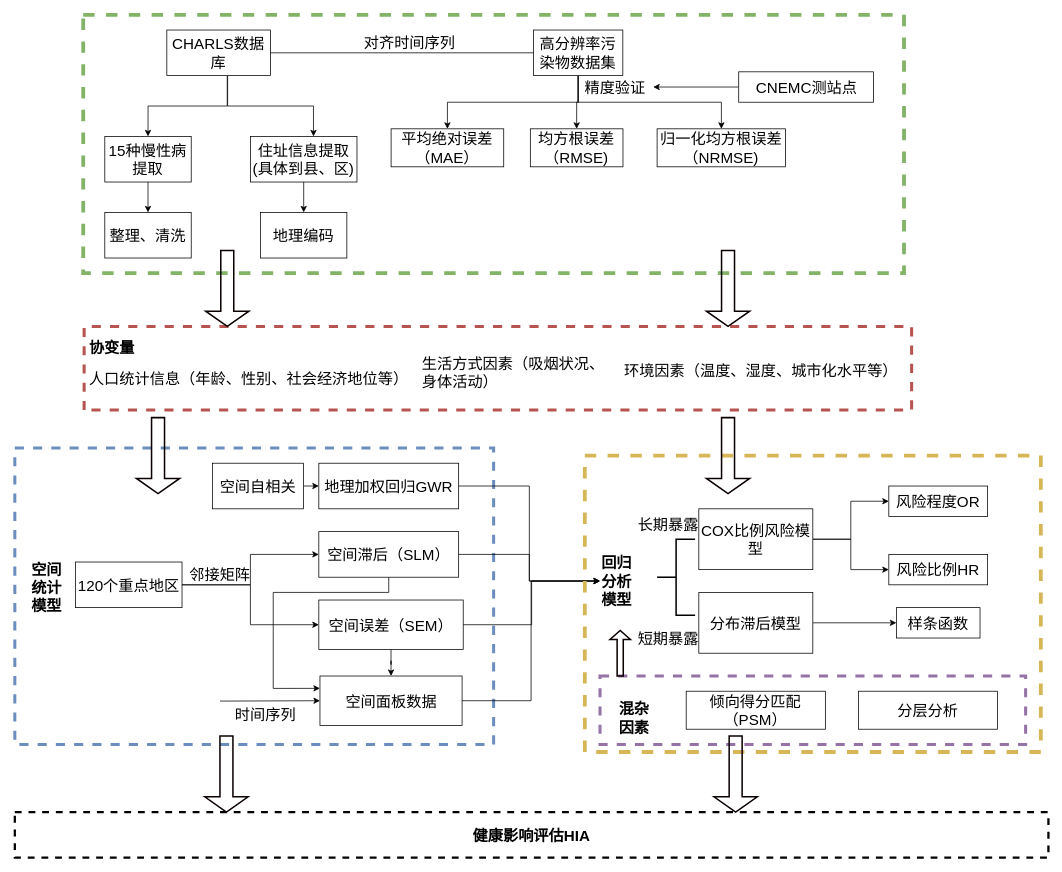
1059363121/iodraw-files keeps this draw.io diagram as page "第 1 页" (1 of 2) of all/技术路线.drawio. Above is the earlier version. Source tidied: cells renumbered, new cells numbered last; positions are measured from the earlier drawing's top-left corner, leaving out a move shared by most shapes. Both pictures are drawn from the tidied source at 76%, with x=0, y=0 at pixel (14, -46).
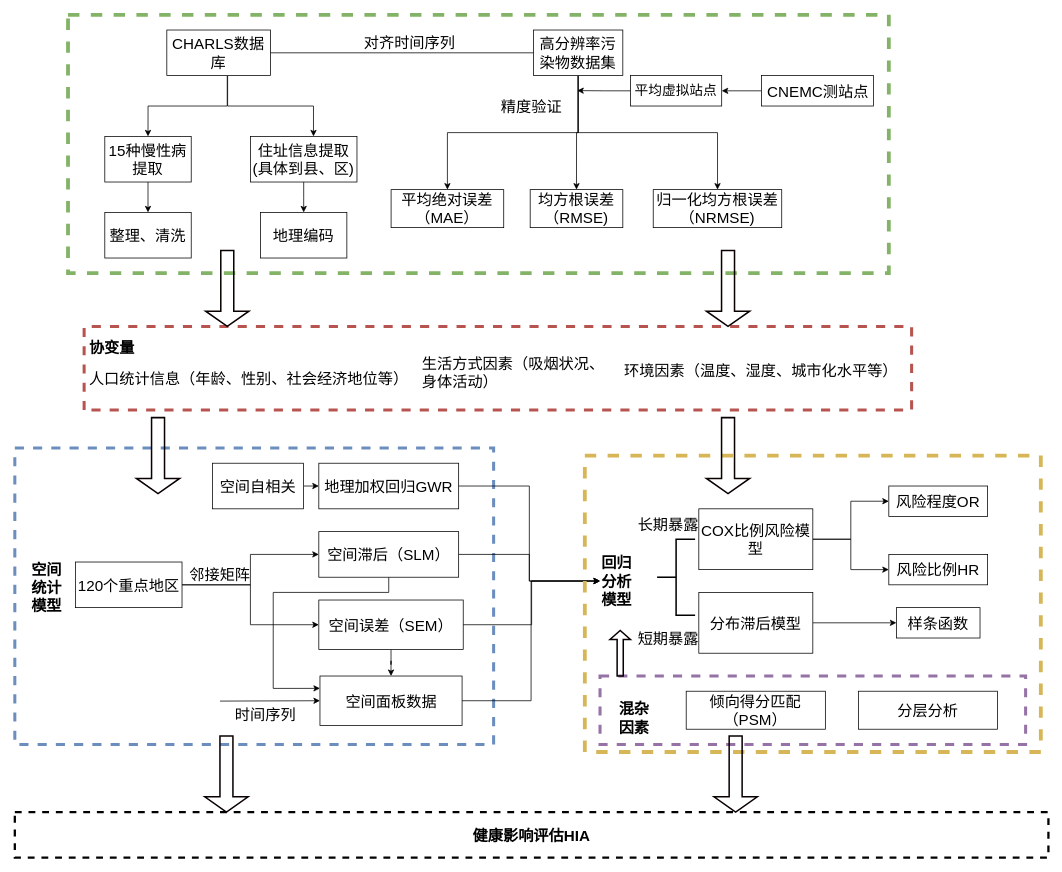
The same page after the edit.

Commit message:
更新技术路线.drawio

Change to the diagram source:
```diff
@@
     <mxCell id="51" style="rounded=0;whiteSpace=wrap;dashed=1;fillColor=none;strokeColor=#82b366;fontSize=20;strokeWidth=5;" parent="1" vertex="1">
-      <mxGeometry x="90" y="79" width="1080" height="340" as="geometry" />
+      <mxGeometry x="70" y="79" width="1080" height="340" as="geometry" />
     </mxCell>
@@
     <mxCell id="67" value="平均绝对误差（MAE）" style="rounded=0;whiteSpace=wrap;fontSize=20;" parent="1" vertex="1">
-      <mxGeometry x="495.1" y="229" width="148.2" height="50" as="geometry" />
+      <mxGeometry x="495.1" y="309" width="148.2" height="50" as="geometry" />
     </mxCell>
     <mxCell id="68" value="归一化均方根误差 （NRMSE)" style="rounded=0;whiteSpace=wrap;fontSize=20;" parent="1" vertex="1">
-      <mxGeometry x="845.1" y="229" width="169.1" height="50" as="geometry" />
+      <mxGeometry x="840" y="309" width="169.1" height="50" as="geometry" />
     </mxCell>
     <mxCell id="69" value="均方根误差 （RMSE)" style="rounded=0;whiteSpace=wrap;fontSize=20;" parent="1" vertex="1">
-      <mxGeometry x="678.3" y="229" width="121.9" height="50" as="geometry" />
+      <mxGeometry x="678.1" y="309" width="121.9" height="50" as="geometry" />
     </mxCell>
-    <mxCell id="70" style="edgeStyle=orthogonalEdgeStyle;rounded=0;jettySize=auto;fontSize=20;" parent="1" edge="1" source="71" target="72">
+    <mxCell id="70" style="edgeStyle=orthogonalEdgeStyle;rounded=0;jettySize=auto;fontSize=20;entryX=1;entryY=0.5;entryDx=0;entryDy=0;" parent="1" edge="1" source="71" target="78">
       <mxGeometry relative="1" as="geometry" />
     </mxCell>
     <mxCell id="71" value="CNEMC测站点" style="rounded=0;whiteSpace=wrap;fontSize=20;" parent="1" vertex="1">
-      <mxGeometry x="952.5" y="154" width="177.5" height="40" as="geometry" />
+      <mxGeometry x="982.5" y="159" width="147.5" height="40" as="geometry" />
     </mxCell>
     <mxCell id="72" value="精度验证" style="text;align=center;verticalAlign=middle;points=[];strokeColor=none;fillColor=none;fontSize=20;" parent="1" vertex="1">
-      <mxGeometry x="740" y="154" width="100" height="40" as="geometry" />
+      <mxGeometry x="630" y="179" width="100" height="40" as="geometry" />
     </mxCell>
@@
+    <mxCell id="77" style="edgeStyle=orthogonalEdgeStyle;rounded=0;jettySize=auto;html=1;exitX=0;exitY=0.5;exitDx=0;exitDy=0;" parent="1" edge="1" source="78">
+      <mxGeometry relative="1" as="geometry">
+        <mxPoint x="740" y="178.7" as="targetPoint" />
+      </mxGeometry>
+    </mxCell>
+    <mxCell id="78" value="&lt;font style=&quot;font-size: 18px;&quot;&gt;平均虚拟站点&lt;/font&gt;" style="rounded=0;whiteSpace=wrap;html=1;" parent="1" vertex="1">
+      <mxGeometry x="810.1" y="159" width="120" height="40" as="geometry" />
+    </mxCell>
```
